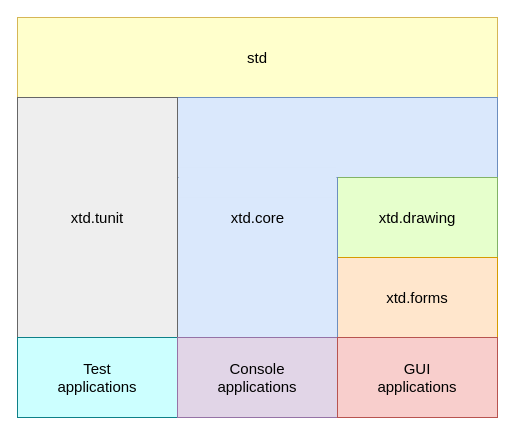
The draw.io diagram docs/pictures/diagrams/block_diagram.drawio in gammasoft71/xtd, before the edit. Source tidied: cells renumbered, new cells numbered last; positions are measured from the earlier drawing's top-left corner, leaving out a move shared by most shapes. Both pictures are drawn from the tidied source at 100%, with x=0, y=0 at pixel (17, 17).
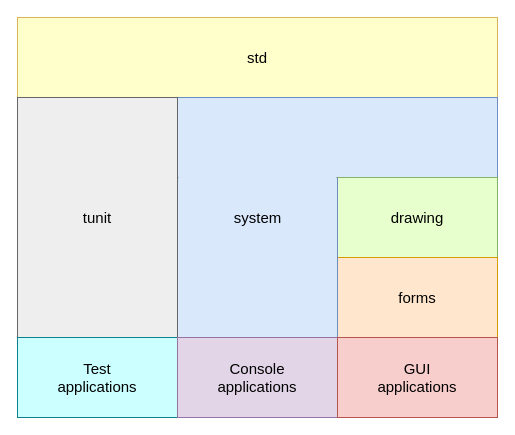
After the change.

What changed in the source:
```diff
@@
 <mxGraphModel>
   <root>
     <mxCell id="0" />
     <mxCell id="1" parent="0" />
     <mxCell id="2" value="&lt;span&gt;std&lt;/span&gt;" style="rounded=0;whiteSpace=wrap;html=1;strokeColor=#d6b656;fontSize=15;fillColor=#FFFFCC;" parent="1" vertex="1">
       <mxGeometry width="480" height="80" as="geometry" />
     </mxCell>
     <mxCell id="3" style="rounded=0;whiteSpace=wrap;html=1;fillColor=#dae8fc;strokeColor=#6c8ebf;fontSize=15;" parent="1" vertex="1">
       <mxGeometry x="160" y="80" width="320" height="80" as="geometry" />
     </mxCell>
-    <mxCell id="4" value="xtd.drawing" style="rounded=0;whiteSpace=wrap;html=1;fontSize=15;fillColor=#E6FFCC;strokeColor=#82B366;" parent="1" vertex="1">
+    <mxCell id="4" value="drawing" style="rounded=0;whiteSpace=wrap;html=1;fontSize=15;fillColor=#E6FFCC;strokeColor=#82B366;" parent="1" vertex="1">
       <mxGeometry x="320" y="160" width="160" height="80" as="geometry" />
     </mxCell>
-    <mxCell id="5" value="xtd.forms" style="rounded=0;whiteSpace=wrap;html=1;fillColor=#FFE6CC;strokeColor=#d79b00;fontSize=15;" parent="1" vertex="1">
+    <mxCell id="5" value="forms" style="rounded=0;whiteSpace=wrap;html=1;fillColor=#FFE6CC;strokeColor=#d79b00;fontSize=15;" parent="1" vertex="1">
       <mxGeometry x="320" y="240" width="160" height="80" as="geometry" />
     </mxCell>
     <mxCell id="6" style="rounded=0;whiteSpace=wrap;html=1;fillColor=#dae8fc;strokeColor=#6c8ebf;fontSize=15;" parent="1" vertex="1">
       <mxGeometry x="160" y="160" width="160" height="160" as="geometry" />
     </mxCell>
-    <mxCell id="7" value="xtd.tunit" style="rounded=0;whiteSpace=wrap;html=1;fillColor=#EEEEEE;strokeColor=#666666;fontSize=15;" parent="1" vertex="1">
+    <mxCell id="7" value="tunit" style="rounded=0;whiteSpace=wrap;html=1;fillColor=#EEEEEE;strokeColor=#666666;fontSize=15;" parent="1" vertex="1">
       <mxGeometry y="80" width="160" height="240" as="geometry" />
     </mxCell>
     <mxCell id="8" value="&lt;span&gt;Test&lt;br&gt;applications&lt;br&gt;&lt;/span&gt;" style="rounded=0;whiteSpace=wrap;html=1;strokeColor=#0e8088;fontSize=15;fillColor=#CCFFFF;" parent="1" vertex="1">
       <mxGeometry y="320" width="160" height="80" as="geometry" />
     </mxCell>
     <mxCell id="9" style="rounded=0;whiteSpace=wrap;html=1;fillColor=#dae8fc;fontSize=15;strokeColor=none;" parent="1" vertex="1">
       <mxGeometry x="161" y="150" width="158" height="30" as="geometry" />
     </mxCell>
-    <mxCell id="10" value="xtd.core" style="text;html=1;align=center;verticalAlign=middle;fontSize=15;" parent="1" vertex="1">
-      <mxGeometry x="205" y="190" width="70" height="20" as="geometry" />
+    <mxCell id="10" value="system" style="text;html=1;align=center;verticalAlign=middle;fontSize=15;" parent="1" vertex="1">
+      <mxGeometry x="210" y="190" width="60" height="20" as="geometry" />
     </mxCell>
     <mxCell id="11" value="&lt;span&gt;Console&lt;br&gt;applications&lt;br&gt;&lt;/span&gt;" style="rounded=0;whiteSpace=wrap;html=1;strokeColor=#9673a6;fontSize=15;fillColor=#e1d5e7;" parent="1" vertex="1">
       <mxGeometry x="160" y="320" width="160" height="80" as="geometry" />
     </mxCell>
     <mxCell id="12" value="&lt;span&gt;GUI&lt;br&gt;applications&lt;br&gt;&lt;/span&gt;" style="rounded=0;whiteSpace=wrap;html=1;strokeColor=#b85450;fontSize=15;fillColor=#f8cecc;" parent="1" vertex="1">
       <mxGeometry x="320" y="320" width="160" height="80" as="geometry" />
     </mxCell>
   </root>
 </mxGraphModel>
```
